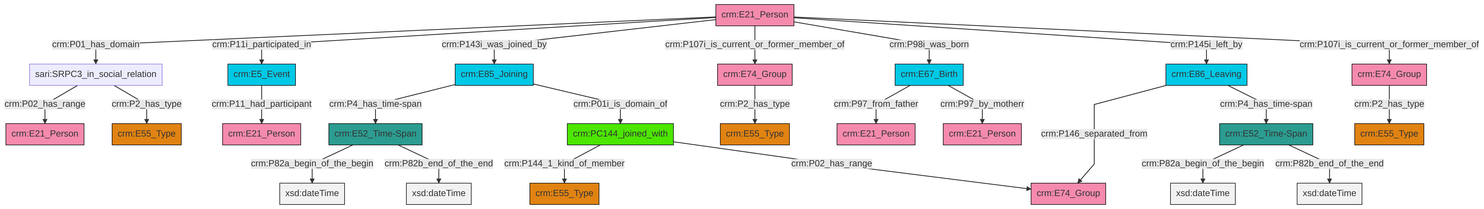
Above: et/personCSV/ttl/mmd/png/Person_Actor_Relations.png in swiss-art-research-net/docs.swissartresearch (Mermaid), before the change. Its source is kept beside it as et/personCSV/ttl/mmd/Person_Actor_Relations.ttl.mmd.
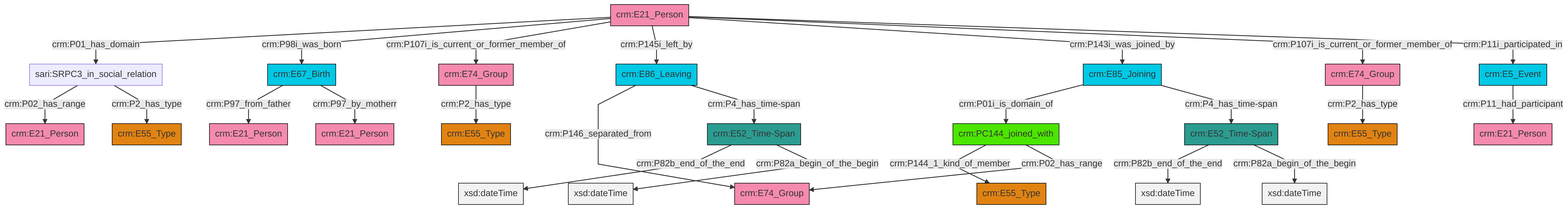
Later version of the same file.

What changed in the source:
```diff
@@ -13,27 +13,27 @@
 classDef PC_Classes fill:#4ce600, stroke:#000000;
 classDef Multi fill:#cccccc,stroke:#000000;
 
-4["crm:E21_Person"]:::Actor -->|crm:P01_has_domain| 5["sari:SRPC3_in_social_relation"]:::Default
-0["crm:PC144_joined_with"]:::PC_Classes -->|crm:P144_1_kind_of_member| 10["crm:E55_Type"]:::Type
-11["crm:E74_Group"]:::Actor -->|crm:P2_has_type| 12["crm:E55_Type"]:::Type
-4["crm:E21_Person"]:::Actor -->|crm:P11i_participated_in| 13["crm:E5_Event"]:::Temporal_Entity
-6["crm:E85_Joining"]:::Temporal_Entity -->|crm:P4_has_time-span| 17["crm:E52_Time-Span"]:::Time-Span
-20["crm:E52_Time-Span"]:::Time-Span -->|crm:P82a_begin_of_the_begin| 21[xsd:dateTime]:::Literal
-5["sari:SRPC3_in_social_relation"]:::Default -->|crm:P02_has_range| 18["crm:E21_Person"]:::Actor
-6["crm:E85_Joining"]:::Temporal_Entity -->|crm:P01i_is_domain_of| 0["crm:PC144_joined_with"]:::PC_Classes
-0["crm:PC144_joined_with"]:::PC_Classes -->|crm:P02_has_range| 26["crm:E74_Group"]:::Actor
-13["crm:E5_Event"]:::Temporal_Entity -->|crm:P11_had_participant| 2["crm:E21_Person"]:::Actor
-30["crm:E86_Leaving"]:::Temporal_Entity -->|crm:P146_separated_from| 26["crm:E74_Group"]:::Actor
-30["crm:E86_Leaving"]:::Temporal_Entity -->|crm:P4_has_time-span| 20["crm:E52_Time-Span"]:::Time-Span
-17["crm:E52_Time-Span"]:::Time-Span -->|crm:P82a_begin_of_the_begin| 32[xsd:dateTime]:::Literal
-14["crm:E67_Birth"]:::Temporal_Entity -->|crm:P97_from_father| 34["crm:E21_Person"]:::Actor
-20["crm:E52_Time-Span"]:::Time-Span -->|crm:P82b_end_of_the_end| 35[xsd:dateTime]:::Literal
-40["crm:E74_Group"]:::Actor -->|crm:P2_has_type| 8["crm:E55_Type"]:::Type
-14["crm:E67_Birth"]:::Temporal_Entity -->|crm:P97_by_motherr| 36["crm:E21_Person"]:::Actor
-4["crm:E21_Person"]:::Actor -->|crm:P143i_was_joined_by| 6["crm:E85_Joining"]:::Temporal_Entity
-4["crm:E21_Person"]:::Actor -->|crm:P107i_is_current_or_former_member_of| 11["crm:E74_Group"]:::Actor
-4["crm:E21_Person"]:::Actor -->|crm:P98i_was_born| 14["crm:E67_Birth"]:::Temporal_Entity
-17["crm:E52_Time-Span"]:::Time-Span -->|crm:P82b_end_of_the_end| 43[xsd:dateTime]:::Literal
-5["sari:SRPC3_in_social_relation"]:::Default -->|crm:P2_has_type| 28["crm:E55_Type"]:::Type
-4["crm:E21_Person"]:::Actor -->|crm:P145i_left_by| 30["crm:E86_Leaving"]:::Temporal_Entity
-4["crm:E21_Person"]:::Actor -->|crm:P107i_is_current_or_former_member_of| 40["crm:E74_Group"]:::Actor
+0["crm:E85_Joining"]:::Temporal_Entity -->|crm:P01i_is_domain_of| 1["crm:PC144_joined_with"]:::PC_Classes
+2["crm:E21_Person"]:::Actor -->|crm:P01_has_domain| 3["sari:SRPC3_in_social_relation"]:::Default
+4["crm:E74_Group"]:::Actor -->|crm:P2_has_type| 5["crm:E55_Type"]:::Type
+2["crm:E21_Person"]:::Actor -->|crm:P98i_was_born| 6["crm:E67_Birth"]:::Temporal_Entity
+10["crm:E74_Group"]:::Actor -->|crm:P2_has_type| 11["crm:E55_Type"]:::Type
+2["crm:E21_Person"]:::Actor -->|crm:P107i_is_current_or_former_member_of| 10["crm:E74_Group"]:::Actor
+14["crm:E52_Time-Span"]:::Time-Span -->|crm:P82b_end_of_the_end| 15[xsd:dateTime]:::Literal
+3["sari:SRPC3_in_social_relation"]:::Default -->|crm:P02_has_range| 18["crm:E21_Person"]:::Actor
+0["crm:E85_Joining"]:::Temporal_Entity -->|crm:P4_has_time-span| 19["crm:E52_Time-Span"]:::Time-Span
+2["crm:E21_Person"]:::Actor -->|crm:P145i_left_by| 24["crm:E86_Leaving"]:::Temporal_Entity
+14["crm:E52_Time-Span"]:::Time-Span -->|crm:P82a_begin_of_the_begin| 27[xsd:dateTime]:::Literal
+3["sari:SRPC3_in_social_relation"]:::Default -->|crm:P2_has_type| 29["crm:E55_Type"]:::Type
+2["crm:E21_Person"]:::Actor -->|crm:P143i_was_joined_by| 0["crm:E85_Joining"]:::Temporal_Entity
+24["crm:E86_Leaving"]:::Temporal_Entity -->|crm:P146_separated_from| 31["crm:E74_Group"]:::Actor
+2["crm:E21_Person"]:::Actor -->|crm:P107i_is_current_or_former_member_of| 4["crm:E74_Group"]:::Actor
+1["crm:PC144_joined_with"]:::PC_Classes -->|crm:P144_1_kind_of_member| 33["crm:E55_Type"]:::Type
+6["crm:E67_Birth"]:::Temporal_Entity -->|crm:P97_from_father| 35["crm:E21_Person"]:::Actor
+24["crm:E86_Leaving"]:::Temporal_Entity -->|crm:P4_has_time-span| 14["crm:E52_Time-Span"]:::Time-Span
+19["crm:E52_Time-Span"]:::Time-Span -->|crm:P82b_end_of_the_end| 36[xsd:dateTime]:::Literal
+37["crm:E5_Event"]:::Temporal_Entity -->|crm:P11_had_participant| 38["crm:E21_Person"]:::Actor
+1["crm:PC144_joined_with"]:::PC_Classes -->|crm:P02_has_range| 31["crm:E74_Group"]:::Actor
+19["crm:E52_Time-Span"]:::Time-Span -->|crm:P82a_begin_of_the_begin| 43[xsd:dateTime]:::Literal
+6["crm:E67_Birth"]:::Temporal_Entity -->|crm:P97_by_motherr| 20["crm:E21_Person"]:::Actor
+2["crm:E21_Person"]:::Actor -->|crm:P11i_participated_in| 37["crm:E5_Event"]:::Temporal_Entity
```
